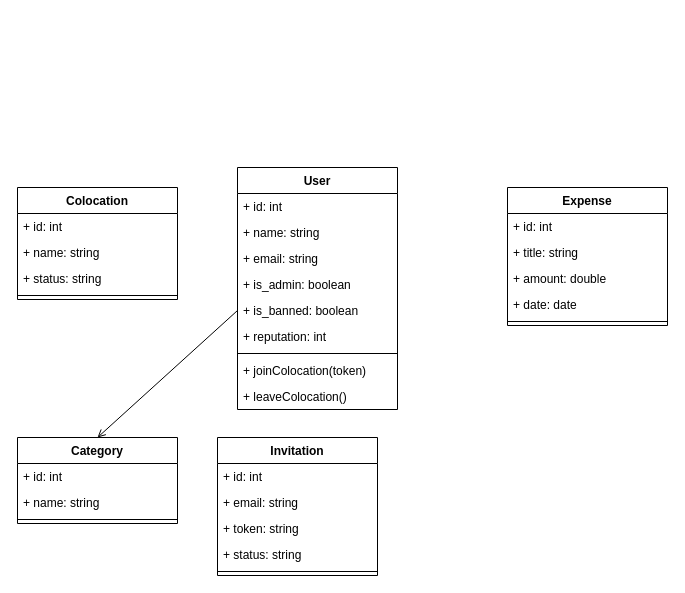
This is diagrammes/Diagramme de classes.drawio from mehamdwsw/EasyColoc, a draw.io file, before an edit. Source tidied: cells renumbered, new cells numbered last; positions are measured from the earlier drawing's top-left corner, leaving out a move shared by most shapes. Both pictures are drawn from the tidied source at 100%, with x=0, y=0 at pixel (17, 167).
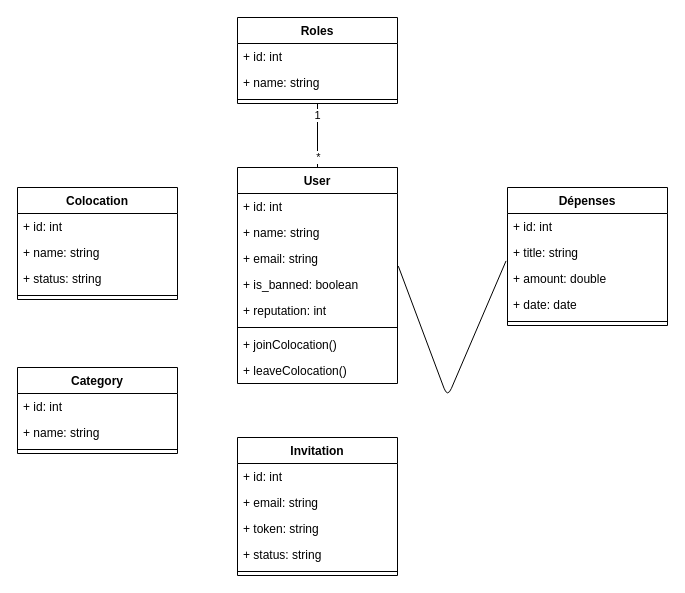
The same page after the edit.

The change refers to these unchanged cells:
```xml
<mxCell id="5" value="+ email: string" style="text;strokeColor=none;fillColor=none;align=left;verticalAlign=top;spacingLeft=4;spacingRight=4;overflow=hidden;points=[[0,0.5],[1,0.5]];portConstraint=eastwest;whiteSpace=wrap;html=1;" parent="2" vertex="1">
  <mxGeometry y="78" width="160" height="26" as="geometry" />
</mxCell>
<mxCell id="19" value="+ title: string" style="text;strokeColor=none;fillColor=none;align=left;verticalAlign=top;spacingLeft=4;spacingRight=4;overflow=hidden;points=[[0,0.5],[1,0.5]];portConstraint=eastwest;whiteSpace=wrap;html=1;" parent="17" vertex="1">
  <mxGeometry y="52" width="160" height="26" as="geometry" />
</mxCell>
```

Change to the diagram source:
```diff
@@
     <mxCell id="2" value="User " style="swimlane;fontStyle=1;align=center;verticalAlign=top;horizontal=1;startSize=26;whiteSpace=wrap;html=1;" parent="1" vertex="1">
-      <mxGeometry x="220" width="160" height="242" as="geometry" />
+      <mxGeometry x="220" width="160" height="216" as="geometry" />
     </mxCell>
@@
-    <mxCell id="6" value="+ is_admin: boolean" style="text;strokeColor=none;fillColor=none;align=left;verticalAlign=top;spacingLeft=4;spacingRight=4;overflow=hidden;whiteSpace=wrap;html=1;" parent="2" vertex="1">
-      <mxGeometry y="104" width="160" height="26" as="geometry" />
-    </mxCell>
     <mxCell id="7" value="+ is_banned: boolean" style="text;strokeColor=none;fillColor=none;align=left;verticalAlign=top;spacingLeft=4;spacingRight=4;overflow=hidden;points=[[0,0.5],[1,0.5]];portConstraint=eastwest;whiteSpace=wrap;html=1;" parent="2" vertex="1">
-      <mxGeometry y="130" width="160" height="26" as="geometry" />
+      <mxGeometry y="104" width="160" height="26" as="geometry" />
     </mxCell>
     <mxCell id="8" value="+ reputation: int" style="text;strokeColor=none;fillColor=none;align=left;verticalAlign=top;spacingLeft=4;spacingRight=4;overflow=hidden;whiteSpace=wrap;html=1;" parent="2" vertex="1">
-      <mxGeometry y="156" width="160" height="26" as="geometry" />
+      <mxGeometry y="130" width="160" height="26" as="geometry" />
     </mxCell>
     <mxCell id="9" style="line;strokeWidth=1;fillColor=none;align=left;verticalAlign=middle;spacingTop=-1;spacingLeft=3;spacingRight=3;labelPosition=right;strokeColor=inherit;" parent="2" vertex="1">
-      <mxGeometry y="182" width="160" height="8" as="geometry" />
+      <mxGeometry y="156" width="160" height="8" as="geometry" />
     </mxCell>
-    <mxCell id="10" value="+ joinColocation(token)" style="text;strokeColor=none;fillColor=none;align=left;verticalAlign=top;spacingLeft=4;spacingRight=4;overflow=hidden;whiteSpace=wrap;html=1;" parent="2" vertex="1">
-      <mxGeometry y="190" width="160" height="26" as="geometry" />
+    <mxCell id="10" value="+ joinColocation()" style="text;strokeColor=none;fillColor=none;align=left;verticalAlign=top;spacingLeft=4;spacingRight=4;overflow=hidden;whiteSpace=wrap;html=1;" parent="2" vertex="1">
+      <mxGeometry y="164" width="160" height="26" as="geometry" />
     </mxCell>
     <mxCell id="11" value="+ leaveColocation()" style="text;strokeColor=none;fillColor=none;align=left;verticalAlign=top;spacingLeft=4;spacingRight=4;overflow=hidden;whiteSpace=wrap;html=1;" parent="2" vertex="1">
-      <mxGeometry y="216" width="160" height="26" as="geometry" />
+      <mxGeometry y="190" width="160" height="26" as="geometry" />
     </mxCell>
@@
-    <mxCell id="17" value="Expense  " style="swimlane;fontStyle=1;align=center;verticalAlign=top;horizontal=1;startSize=26;whiteSpace=wrap;html=1;" parent="1" vertex="1">
+    <mxCell id="17" value="Dépenses  " style="swimlane;fontStyle=1;align=center;verticalAlign=top;horizontal=1;startSize=26;whiteSpace=wrap;html=1;" parent="1" vertex="1">
       <mxGeometry x="490" y="20" width="160" height="138" as="geometry" />
     </mxCell>
@@
     <mxCell id="23" value="Category   " style="swimlane;fontStyle=1;align=center;verticalAlign=top;horizontal=1;startSize=26;whiteSpace=wrap;html=1;" parent="1" vertex="1">
-      <mxGeometry y="270" width="160" height="86" as="geometry" />
+      <mxGeometry y="200" width="160" height="86" as="geometry" />
     </mxCell>
@@
     <mxCell id="27" value="Invitation    " style="swimlane;fontStyle=1;align=center;verticalAlign=top;horizontal=1;startSize=26;whiteSpace=wrap;html=1;" parent="1" vertex="1">
-      <mxGeometry x="200" y="270" width="160" height="138" as="geometry" />
+      <mxGeometry x="220" y="270" width="160" height="138" as="geometry" />
     </mxCell>
@@
-    <mxCell id="33" style="endArrow=open;html=1;rounded=0;align=center;verticalAlign=top;endFill=0;labelBackgroundColor=none;endSize=6;exitX=0;exitY=0.5;exitDx=0;exitDy=0;entryX=0.5;entryY=0;entryDx=0;entryDy=0;" parent="1" edge="1" source="7" target="23">
-      <mxGeometry relative="1" as="geometry" />
-    </mxCell>
+    <mxCell id="34" value="Roles  " style="swimlane;fontStyle=1;align=center;verticalAlign=top;horizontal=1;startSize=26;whiteSpace=wrap;html=1;" parent="1" vertex="1">
+      <mxGeometry x="220" y="-150" width="160" height="86" as="geometry" />
+    </mxCell>
+    <mxCell id="35" value="+ id: int" style="text;strokeColor=none;fillColor=none;align=left;verticalAlign=top;spacingLeft=4;spacingRight=4;overflow=hidden;whiteSpace=wrap;html=1;" parent="34" vertex="1">
+      <mxGeometry y="26" width="160" height="26" as="geometry" />
+    </mxCell>
+    <mxCell id="36" value="+ name: string" style="text;strokeColor=none;fillColor=none;align=left;verticalAlign=top;spacingLeft=4;spacingRight=4;overflow=hidden;whiteSpace=wrap;html=1;" parent="34" vertex="1">
+      <mxGeometry y="52" width="160" height="26" as="geometry" />
+    </mxCell>
+    <mxCell id="37" style="line;strokeWidth=1;fillColor=none;align=left;verticalAlign=middle;spacingTop=-1;spacingLeft=3;spacingRight=3;labelPosition=right;strokeColor=inherit;" parent="34" vertex="1">
+      <mxGeometry y="78" width="160" height="8" as="geometry" />
+    </mxCell>
+    <mxCell id="38" style="endArrow=none;html=1;entryX=0.5;entryY=1;entryDx=0;entryDy=0;exitX=0.5;exitY=0;exitDx=0;exitDy=0;" parent="1" edge="1" source="2" target="34">
+      <mxGeometry relative="1" as="geometry" />
+    </mxCell>
+    <mxCell id="39" value="1" style="edgeLabel;html=1;align=center;verticalAlign=middle;" parent="38" vertex="1">
+      <mxGeometry x="0.67" y="1" relative="1" as="geometry" />
+    </mxCell>
+    <mxCell id="40" value="*" style="edgeLabel;html=1;align=center;verticalAlign=middle;" parent="38" vertex="1">
+      <mxGeometry x="-0.66" relative="1" as="geometry" />
+    </mxCell>
+    <mxCell id="41" style="endArrow=none;html=1;entryX=-0.009;entryY=0.823;entryDx=0;entryDy=0;entryPerimeter=0;exitX=1.005;exitY=0.793;exitDx=0;exitDy=0;exitPerimeter=0;" parent="1" edge="1" source="5" target="19">
+      <mxGeometry relative="1" as="geometry">
+        <Array as="points">
+          <mxPoint x="430" y="230" />
+        </Array>
+      </mxGeometry>
+    </mxCell>
```
